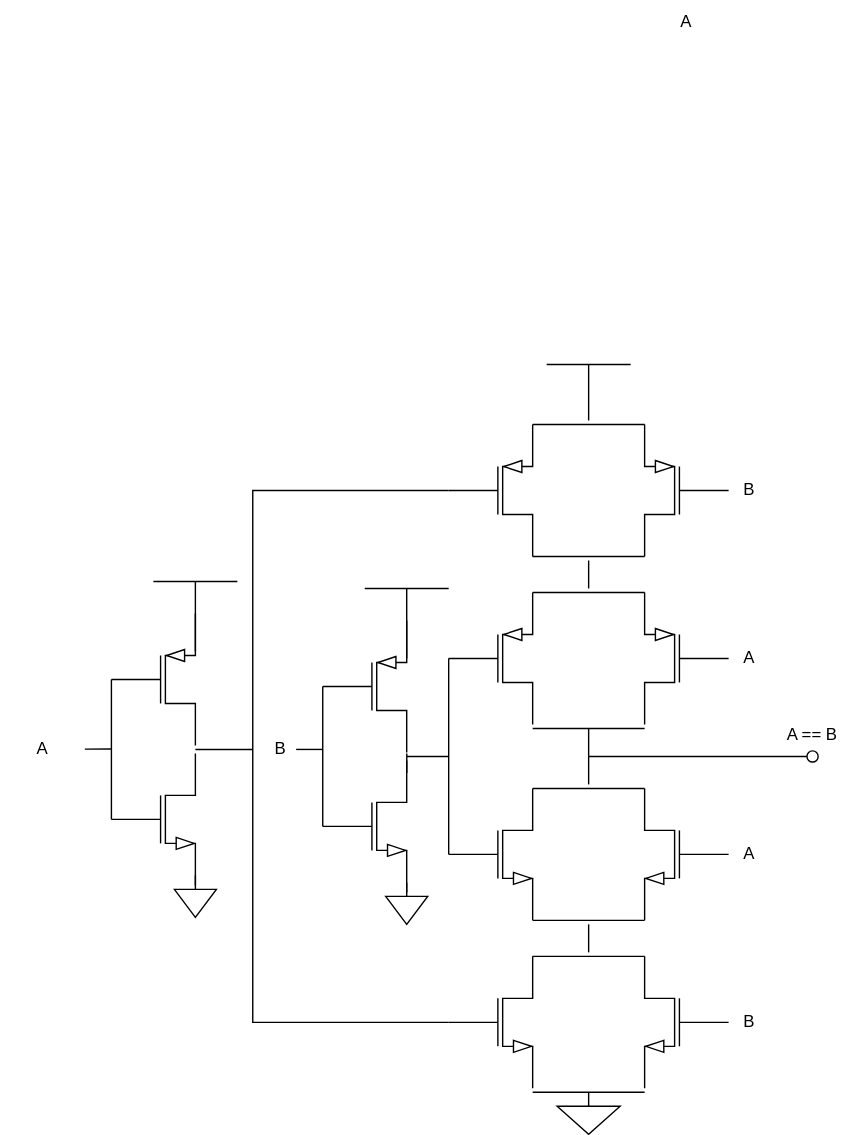
Before: drawio/12_xnor.drawio.svg, a diagram exported from draw.io (cd-public/hw_asm). Source tidied: cells renumbered, new cells last; positions are measured from the earlier drawing's top-left corner, leaving out a move shared by most shapes.
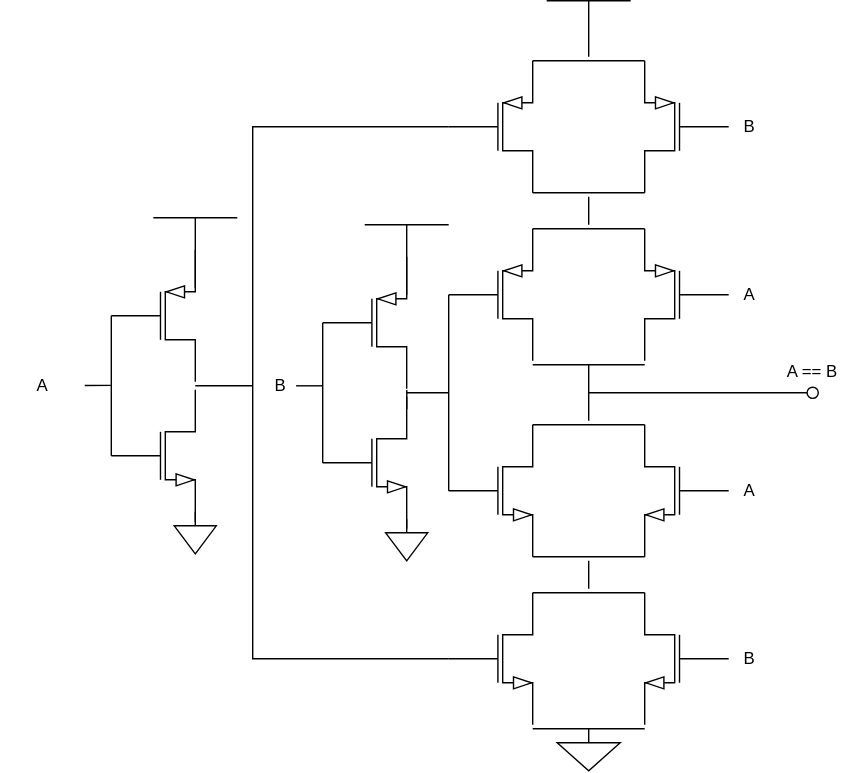
Above is the later version.

Change to the diagram source:
```diff
@@ -122,9 +122,6 @@
     <mxCell id="32" style="endArrow=none;html=1;rounded=0;defaultLabelBackgroundColor=gap;entryX=0;entryY=0.5;entryDx=0;entryDy=0;entryPerimeter=0;exitX=0;exitY=0.5;exitDx=0;exitDy=0;exitPerimeter=0;" parent="1" edge="1" source="35" target="31">
       <mxGeometry relative="1" as="geometry" />
     </mxCell>
-    <mxCell id="33" value="A" style="text;html=1;whiteSpace=wrap;strokeColor=none;fillColor=none;align=center;verticalAlign=middle;rounded=0;" parent="1" vertex="1">
-      <mxGeometry x="460" width="60" height="30" as="geometry" />
-    </mxCell>
     <mxCell id="34" style="verticalLabelPosition=bottom;shadow=0;dashed=0;align=center;html=1;verticalAlign=top;shape=mxgraph.electrical.signal_sources.signal_ground;labelPerimeter=1;" parent="1" vertex="1">
       <mxGeometry x="275" y="630" width="30" height="30" as="geometry" />
     </mxCell>
```
